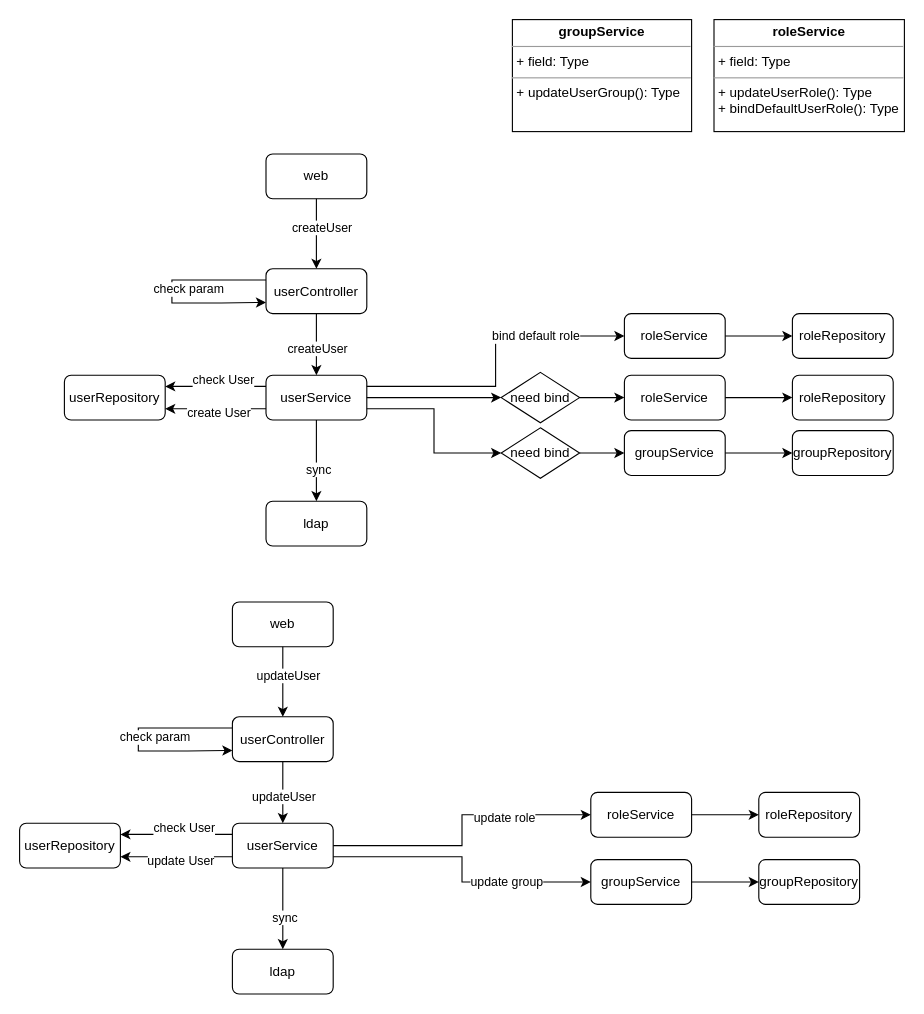
This is permissionManager.drawio from hhyouyou/draw, a draw.io file, before an edit. Source tidied: cells renumbered, new cells numbered last; positions are measured from the earlier drawing's top-left corner, leaving out a move shared by most shapes. Both pictures are drawn from the tidied source at 112%, with x=0, y=0 at pixel (19, 19).
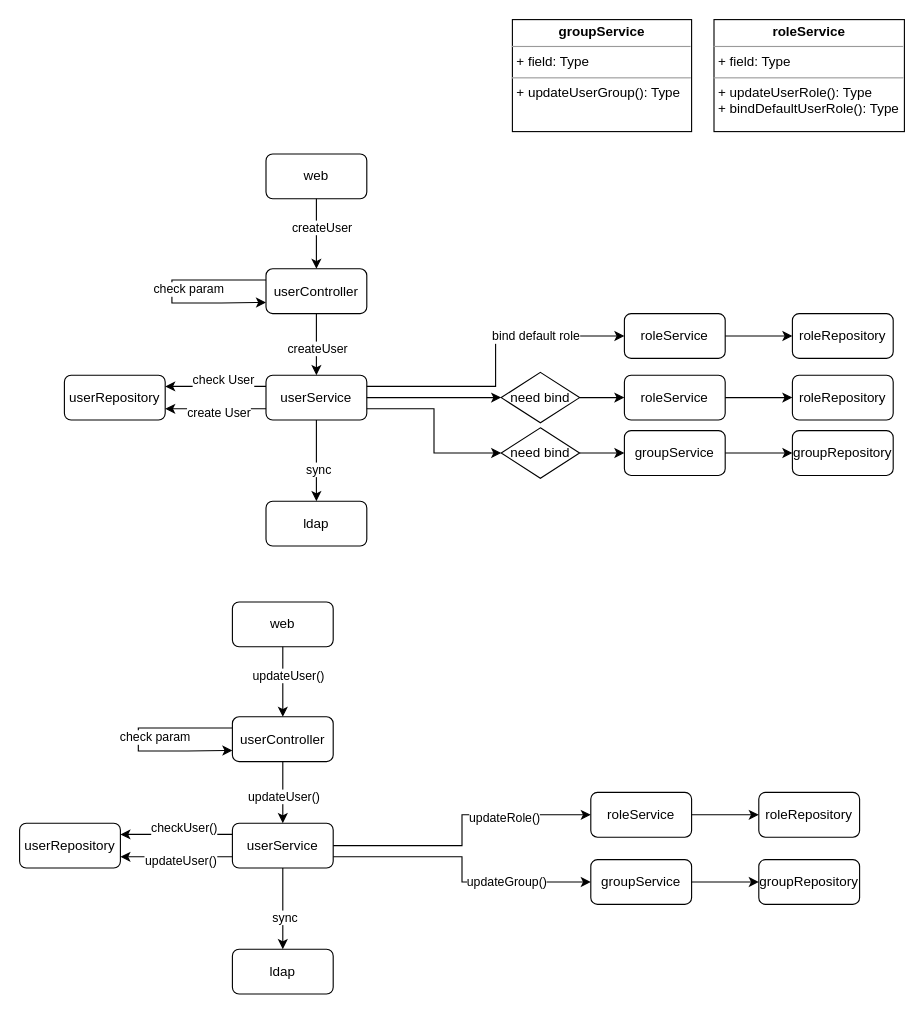
The same page after the edit.

Unchanged cells that the change refers to:
```xml
<mxCell id="44" style="edgeStyle=orthogonalEdgeStyle;rounded=0;jettySize=auto;html=1;exitX=0.5;exitY=1;exitDx=0;exitDy=0;entryX=0.5;entryY=0;entryDx=0;entryDy=0;" parent="39" edge="1" source="40" target="43">
  <mxGeometry relative="1" as="geometry" />
</mxCell>
<mxCell id="47" style="edgeStyle=orthogonalEdgeStyle;rounded=0;jettySize=auto;html=1;exitX=0.5;exitY=1;exitDx=0;exitDy=0;" parent="39" edge="1" source="43" target="46">
  <mxGeometry relative="1" as="geometry" />
</mxCell>
<mxCell id="50" style="edgeStyle=orthogonalEdgeStyle;rounded=0;jettySize=auto;html=1;exitX=0;exitY=0.25;exitDx=0;exitDy=0;entryX=1;entryY=0.25;entryDx=0;entryDy=0;" parent="39" edge="1" source="46" target="49">
  <mxGeometry relative="1" as="geometry" />
</mxCell>
<mxCell id="52" style="edgeStyle=orthogonalEdgeStyle;rounded=0;jettySize=auto;html=1;exitX=0;exitY=0.75;exitDx=0;exitDy=0;entryX=1;entryY=0.75;entryDx=0;entryDy=0;" parent="39" edge="1" source="46" target="49">
  <mxGeometry relative="1" as="geometry" />
</mxCell>
<mxCell id="59" style="edgeStyle=orthogonalEdgeStyle;rounded=0;jettySize=auto;html=1;exitX=1;exitY=0.5;exitDx=0;exitDy=0;entryX=0;entryY=0.5;entryDx=0;entryDy=0;" parent="39" edge="1" source="46" target="58">
  <mxGeometry relative="1" as="geometry" />
</mxCell>
<mxCell id="61" style="edgeStyle=orthogonalEdgeStyle;rounded=0;jettySize=auto;html=1;exitX=1;exitY=0.75;exitDx=0;exitDy=0;entryX=0;entryY=0.5;entryDx=0;entryDy=0;" parent="39" edge="1" source="46" target="57">
  <mxGeometry relative="1" as="geometry" />
</mxCell>
```

Change to the diagram source:
```diff
@@
-    <mxCell id="45" value="updateUser" style="edgeLabel;html=1;align=center;verticalAlign=middle;" parent="44" vertex="1">
+    <mxCell id="45" value="updateUser()" style="edgeLabel;html=1;align=center;verticalAlign=middle;" parent="44" vertex="1">
       <mxGeometry x="-0.21" relative="1" as="geometry">
         <mxPoint x="4" as="offset" />
       </mxGeometry>
     </mxCell>
@@
-    <mxCell id="48" value="updateUser" style="edgeLabel;html=1;align=center;verticalAlign=middle;" parent="47" vertex="1">
+    <mxCell id="48" value="updateUser()" style="edgeLabel;html=1;align=center;verticalAlign=middle;" parent="47" vertex="1">
       <mxGeometry x="0.23" y="-3" relative="1" as="geometry">
         <mxPoint x="3" y="-3" as="offset" />
       </mxGeometry>
     </mxCell>
@@
-    <mxCell id="51" value="check User" style="edgeLabel;html=1;align=center;verticalAlign=middle;" parent="50" vertex="1">
+    <mxCell id="51" value="checkUser()" style="edgeLabel;html=1;align=center;verticalAlign=middle;" parent="50" vertex="1">
       <mxGeometry x="-0.19" relative="1" as="geometry">
         <mxPoint x="-3" y="-6" as="offset" />
       </mxGeometry>
     </mxCell>
@@
-    <mxCell id="53" value="update User" style="edgeLabel;html=1;align=center;verticalAlign=middle;" parent="52" vertex="1">
+    <mxCell id="53" value="updateUser()" style="edgeLabel;html=1;align=center;verticalAlign=middle;" parent="52" vertex="1">
       <mxGeometry x="-0.35" y="-2" relative="1" as="geometry">
         <mxPoint x="-14" y="5" as="offset" />
       </mxGeometry>
     </mxCell>
@@
-    <mxCell id="60" value="update role" style="edgeLabel;html=1;align=center;verticalAlign=middle;" parent="59" vertex="1">
+    <mxCell id="60" value="updateRole()" style="edgeLabel;html=1;align=center;verticalAlign=middle;" parent="59" vertex="1">
       <mxGeometry x="0.4" y="-2" relative="1" as="geometry" />
     </mxCell>
@@
-    <mxCell id="62" value="update group" style="edgeLabel;html=1;align=center;verticalAlign=middle;" parent="61" vertex="1">
+    <mxCell id="62" value="updateGroup()" style="edgeLabel;html=1;align=center;verticalAlign=middle;" parent="61" vertex="1">
       <mxGeometry x="0.4" y="2" relative="1" as="geometry">
         <mxPoint y="1" as="offset" />
       </mxGeometry>
     </mxCell>
```
